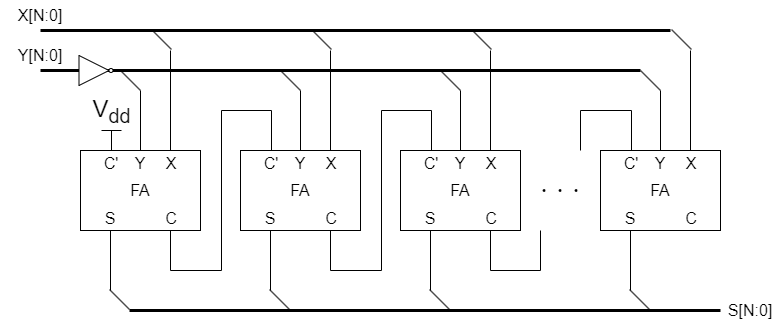
Before: images/nbit_suber.drawio.png, a diagram exported from draw.io (iinuma0710/computer_architecture). Source tidied: cells renumbered, new cells last; positions are measured from the earlier drawing's top-left corner, leaving out a move shared by most shapes.
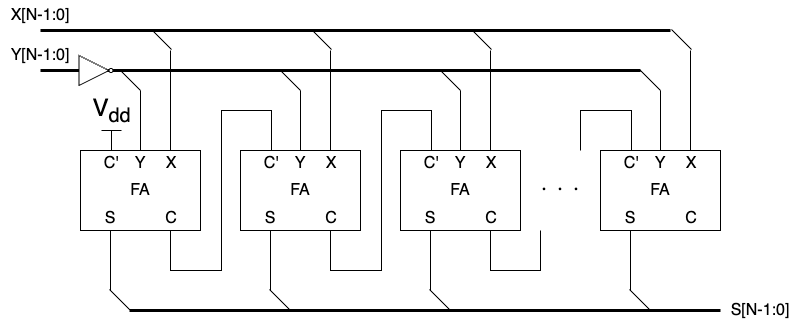
Later version of the same file.

Change to the diagram source:
```diff
@@ -253,10 +253,10 @@
         <mxPoint x="691" y="49" as="targetPoint" />
       </mxGeometry>
     </mxCell>
-    <mxCell id="56" value="&lt;span style=&quot;font-size: 16px;&quot;&gt;Y[N:0]&lt;/span&gt;" style="text;strokeColor=none;align=center;fillColor=none;html=1;verticalAlign=middle;whiteSpace=wrap;rounded=0;" parent="1" vertex="1">
+    <mxCell id="56" value="&lt;span style=&quot;font-size: 16px;&quot;&gt;Y[N-1:0]&lt;/span&gt;" style="text;strokeColor=none;align=center;fillColor=none;html=1;verticalAlign=middle;whiteSpace=wrap;rounded=0;" parent="1" vertex="1">
       <mxGeometry y="40" width="80" height="30" as="geometry" />
     </mxCell>
-    <mxCell id="57" value="&lt;span style=&quot;font-size: 16px;&quot;&gt;X[N:0]&lt;/span&gt;" style="text;strokeColor=none;align=center;fillColor=none;html=1;verticalAlign=middle;whiteSpace=wrap;rounded=0;" parent="1" vertex="1">
+    <mxCell id="57" value="&lt;span style=&quot;font-size: 16px;&quot;&gt;X[N-1:0]&lt;/span&gt;" style="text;strokeColor=none;align=center;fillColor=none;html=1;verticalAlign=middle;whiteSpace=wrap;rounded=0;" parent="1" vertex="1">
       <mxGeometry width="80" height="30" as="geometry" />
     </mxCell>
     <mxCell id="58" value="&lt;span style=&quot;font-size: 16px;&quot;&gt;・・・&lt;/span&gt;" style="text;strokeColor=none;align=center;fillColor=none;html=1;verticalAlign=middle;whiteSpace=wrap;rounded=0;" parent="1" vertex="1">
@@ -292,8 +292,8 @@
         <mxPoint x="720" y="310" as="targetPoint" />
       </mxGeometry>
     </mxCell>
-    <mxCell id="64" value="&lt;span style=&quot;font-size: 16px;&quot;&gt;S[N:0]&lt;/span&gt;" style="text;strokeColor=none;align=center;fillColor=none;html=1;verticalAlign=middle;whiteSpace=wrap;rounded=0;" parent="1" vertex="1">
-      <mxGeometry x="720" y="295" width="60" height="30" as="geometry" />
+    <mxCell id="64" value="&lt;span style=&quot;font-size: 16px;&quot;&gt;S[N-1:0]&lt;/span&gt;" style="text;strokeColor=none;align=center;fillColor=none;html=1;verticalAlign=middle;whiteSpace=wrap;rounded=0;" parent="1" vertex="1">
+      <mxGeometry x="720" y="295" width="80" height="30" as="geometry" />
     </mxCell>
     <mxCell id="65" value="V&lt;sub&gt;dd&lt;/sub&gt;" style="verticalLabelPosition=top;verticalAlign=bottom;shape=mxgraph.electrical.signal_sources.vdd;shadow=0;dashed=0;align=center;strokeWidth=1;fontSize=24;html=1;flipV=1;" parent="1" vertex="1">
       <mxGeometry x="101" y="130" width="20" height="20" as="geometry" />
```
